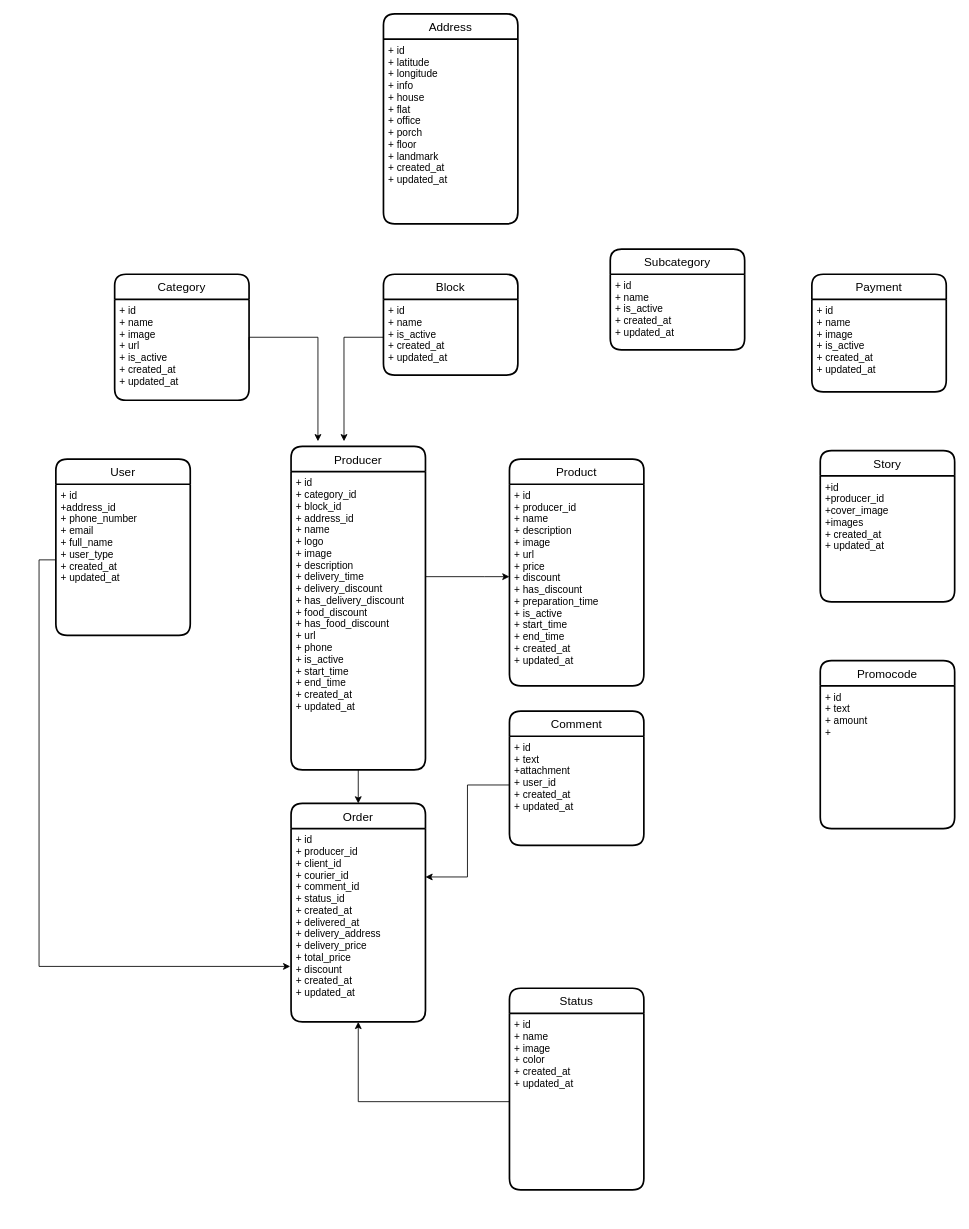
This is Initial Entity Diagram.drawio from muhammadjonyorqinov/deliverPros, a draw.io file, before an edit. Source tidied: cells renumbered, new cells numbered last; positions are measured from the earlier drawing's top-left corner, leaving out a move shared by most shapes. Both pictures are drawn from the tidied source at 84%, with x=0, y=0 at pixel (55, 13).
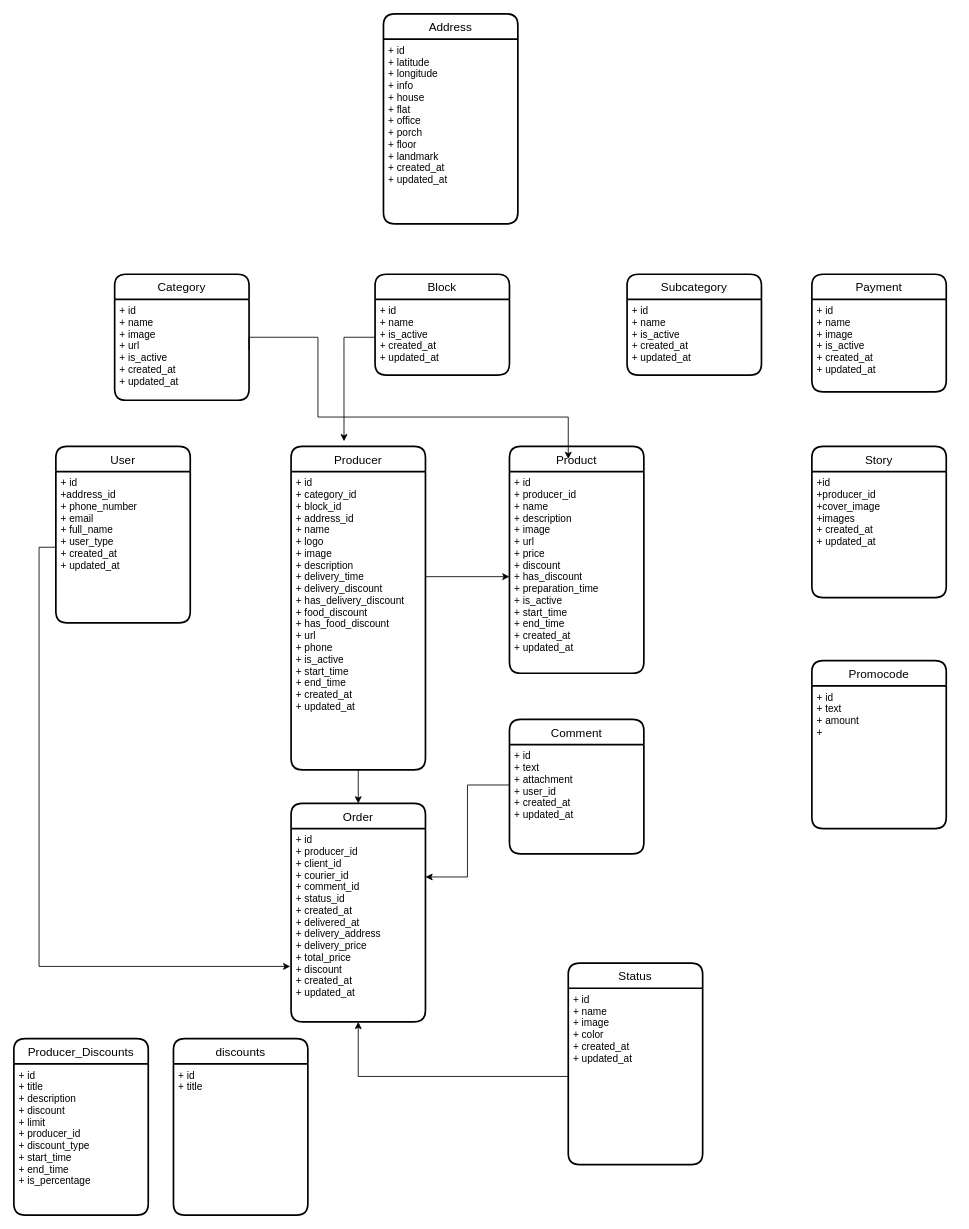
Above is the later version.

The change refers to these unchanged cells:
```xml
<mxCell id="5" value="Producer" style="swimlane;horizontal=1;startSize=30;rounded=1;fontSize=14;fontStyle=0;strokeWidth=2;shadow=0;dashed=0;align=center;" parent="1" vertex="1">
  <mxGeometry x="280" y="515" width="160" height="385" as="geometry" />
</mxCell>
<mxCell id="10" value="+ id&#10;+ name&#10;+ image&#10;+ url&#10;+ is_active&#10;+ created_at&#10;+ updated_at" style="align=left;strokeColor=none;fillColor=none;spacingLeft=4;fontSize=12;verticalAlign=top;" parent="9" vertex="1">
  <mxGeometry y="30" width="160" height="120" as="geometry" />
</mxCell>
<mxCell id="11" value="Order" style="swimlane;horizontal=1;startSize=30;rounded=1;fontSize=14;fontStyle=0;strokeWidth=2;shadow=0;dashed=0;align=center;" parent="1" vertex="1">
  <mxGeometry x="280" y="940" width="160" height="260" as="geometry" />
</mxCell>
```

What changed in the source:
```diff
@@
     <mxCell id="2" value="User" style="swimlane;horizontal=1;startSize=30;rounded=1;fontSize=14;fontStyle=0;strokeWidth=2;shadow=0;dashed=0;align=center;" parent="1" vertex="1">
-      <mxGeometry y="530" width="160" height="210" as="geometry" />
+      <mxGeometry y="515" width="160" height="210" as="geometry" />
     </mxCell>
@@
     <mxCell id="7" value="Product" style="swimlane;horizontal=1;startSize=30;rounded=1;fontSize=14;fontStyle=0;strokeWidth=2;shadow=0;dashed=0;align=center;" parent="1" vertex="1">
-      <mxGeometry x="540" y="530" width="160" height="270" as="geometry" />
+      <mxGeometry x="540" y="515" width="160" height="270" as="geometry" />
     </mxCell>
@@
-    <mxCell id="12" value="+ id&#10;+ producer_id&#10;+ client_id&#10;+ courier_id&#10;+ comment_id&#10;+ status_id&#10;+ created_at&#10;+ delivered_at&#10;+ delivery_address&#10;+ delivery_price&#10;+ total_price&#10;+ discount&#10;+ created_at&#10;+ updated_at&#10;" style="align=left;strokeColor=none;fillColor=none;spacingLeft=4;fontSize=12;verticalAlign=top;" parent="11" vertex="1">
+    <mxCell id="12" value="+ id&#10;+ producer_id&#10;+ client_id&#10;+ courier_id&#10;+ comment_id&#10;+ status_id&#10;+ created_at&#10;+ delivered_at&#10;+ delivery_address&#10;+ delivery_price&#10;+ total_price&#10;+ discount&#10;+ created_at&#10;+ updated_at&#10;&#10;" style="align=left;strokeColor=none;fillColor=none;spacingLeft=4;fontSize=12;verticalAlign=top;" parent="11" vertex="1">
       <mxGeometry y="30" width="160" height="230" as="geometry" />
     </mxCell>
     <mxCell id="13" value="Comment" style="swimlane;horizontal=1;startSize=30;rounded=1;fontSize=14;fontStyle=0;strokeWidth=2;shadow=0;dashed=0;align=center;" parent="1" vertex="1">
-      <mxGeometry x="540" y="830" width="160" height="160" as="geometry" />
+      <mxGeometry x="540" y="840" width="160" height="160" as="geometry" />
     </mxCell>
-    <mxCell id="14" value="+ id&#10;+ text&#10;+attachment&#10;+ user_id&#10;+ created_at&#10;+ updated_at&#10;" style="align=left;strokeColor=none;fillColor=none;spacingLeft=4;fontSize=12;verticalAlign=top;" parent="13" vertex="1">
+    <mxCell id="14" value="+ id&#10;+ text&#10;+ attachment&#10;+ user_id&#10;+ created_at&#10;+ updated_at&#10;" style="align=left;strokeColor=none;fillColor=none;spacingLeft=4;fontSize=12;verticalAlign=top;" parent="13" vertex="1">
       <mxGeometry y="30" width="160" height="130" as="geometry" />
     </mxCell>
@@
     <mxCell id="16" value="Block" style="swimlane;horizontal=1;startSize=30;rounded=1;fontSize=14;fontStyle=0;strokeWidth=2;shadow=0;dashed=0;align=center;" parent="1" vertex="1">
-      <mxGeometry x="390" y="310" width="160" height="120" as="geometry" />
+      <mxGeometry x="380" y="310" width="160" height="120" as="geometry" />
     </mxCell>
@@
     <mxCell id="19" style="edgeStyle=orthogonalEdgeStyle;rounded=0;jettySize=auto;html=1;entryX=1;entryY=0.25;entryDx=0;entryDy=0;" parent="1" edge="1" source="14" target="12">
       <mxGeometry relative="1" as="geometry">
         <Array as="points">
           <mxPoint x="490" y="918" />
+          <mxPoint x="490" y="1028" />
         </Array>
       </mxGeometry>
     </mxCell>
-    <mxCell id="20" style="edgeStyle=orthogonalEdgeStyle;rounded=0;jettySize=auto;html=1;exitX=1;exitY=0.5;exitDx=0;exitDy=0;entryX=0.2;entryY=-0.016;entryDx=0;entryDy=0;entryPerimeter=0;" parent="1" edge="1" source="10" target="5">
+    <mxCell id="20" style="edgeStyle=orthogonalEdgeStyle;rounded=0;jettySize=auto;html=1;exitX=1;exitY=0.5;exitDx=0;exitDy=0;" parent="1" edge="1" source="10">
       <mxGeometry relative="1" as="geometry">
+        <mxPoint x="610" y="530" as="targetPoint" />
         <Array as="points">
+          <mxPoint x="230" y="385" />
           <mxPoint x="312" y="385" />
+          <mxPoint x="312" y="480" />
+          <mxPoint x="610" y="480" />
         </Array>
       </mxGeometry>
     </mxCell>
@@
     <mxCell id="22" value="Subcategory" style="swimlane;horizontal=1;startSize=30;rounded=1;fontSize=14;fontStyle=0;strokeWidth=2;shadow=0;dashed=0;align=center;" parent="1" vertex="1">
-      <mxGeometry x="660" y="280" width="160" height="120" as="geometry" />
+      <mxGeometry x="680" y="310" width="160" height="120" as="geometry" />
     </mxCell>
@@
     <mxCell id="26" value="Story" style="swimlane;horizontal=1;startSize=30;rounded=1;fontSize=14;fontStyle=0;strokeWidth=2;shadow=0;dashed=0;align=center;" parent="1" vertex="1">
-      <mxGeometry x="910" y="520" width="160" height="180" as="geometry" />
+      <mxGeometry x="900" y="515" width="160" height="180" as="geometry" />
     </mxCell>
@@
     <mxCell id="30" value="Status" style="swimlane;horizontal=1;startSize=30;rounded=1;fontSize=14;fontStyle=0;strokeWidth=2;shadow=0;dashed=0;align=center;" parent="1" vertex="1">
-      <mxGeometry x="540" y="1160" width="160" height="240" as="geometry" />
+      <mxGeometry x="610" y="1130" width="160" height="240" as="geometry" />
     </mxCell>
@@
     <mxCell id="33" value="Promocode" style="swimlane;horizontal=1;startSize=30;rounded=1;fontSize=14;fontStyle=0;strokeWidth=2;shadow=0;dashed=0;align=center;" parent="1" vertex="1">
-      <mxGeometry x="910" y="770" width="160" height="200" as="geometry" />
+      <mxGeometry x="900" y="770" width="160" height="200" as="geometry" />
     </mxCell>
@@
+    <mxCell id="35" value="Producer_Discounts" style="swimlane;horizontal=1;startSize=30;rounded=1;fontSize=14;fontStyle=0;strokeWidth=2;shadow=0;dashed=0;align=center;" parent="1" vertex="1">
+      <mxGeometry x="-50" y="1220" width="160" height="210" as="geometry" />
+    </mxCell>
+    <mxCell id="36" value="+ id&#10;+ title&#10;+ description&#10;+ discount&#10;+ limit&#10;+ producer_id&#10;+ discount_type&#10;+ start_time&#10;+ end_time&#10;+ is_percentage&#10;" style="align=left;strokeColor=none;fillColor=none;spacingLeft=4;fontSize=12;verticalAlign=top;" parent="35" vertex="1">
+      <mxGeometry y="30" width="160" height="180" as="geometry" />
+    </mxCell>
+    <mxCell id="37" value="discounts" style="swimlane;horizontal=1;startSize=30;rounded=1;fontSize=14;fontStyle=0;strokeWidth=2;shadow=0;dashed=0;align=center;" parent="1" vertex="1">
+      <mxGeometry x="140" y="1220" width="160" height="210" as="geometry" />
+    </mxCell>
+    <mxCell id="38" value="+ id&#10;+ title&#10;&#10;" style="align=left;strokeColor=none;fillColor=none;spacingLeft=4;fontSize=12;verticalAlign=top;" parent="37" vertex="1">
+      <mxGeometry y="30" width="160" height="180" as="geometry" />
+    </mxCell>
+    <mxCell id="39" style="edgeStyle=orthogonalEdgeStyle;rounded=0;orthogonalLoop=1;jettySize=auto;html=1;exitX=0.5;exitY=1;exitDx=0;exitDy=0;" parent="37" edge="1" source="38" target="38">
+      <mxGeometry relative="1" as="geometry" />
+    </mxCell>
```
